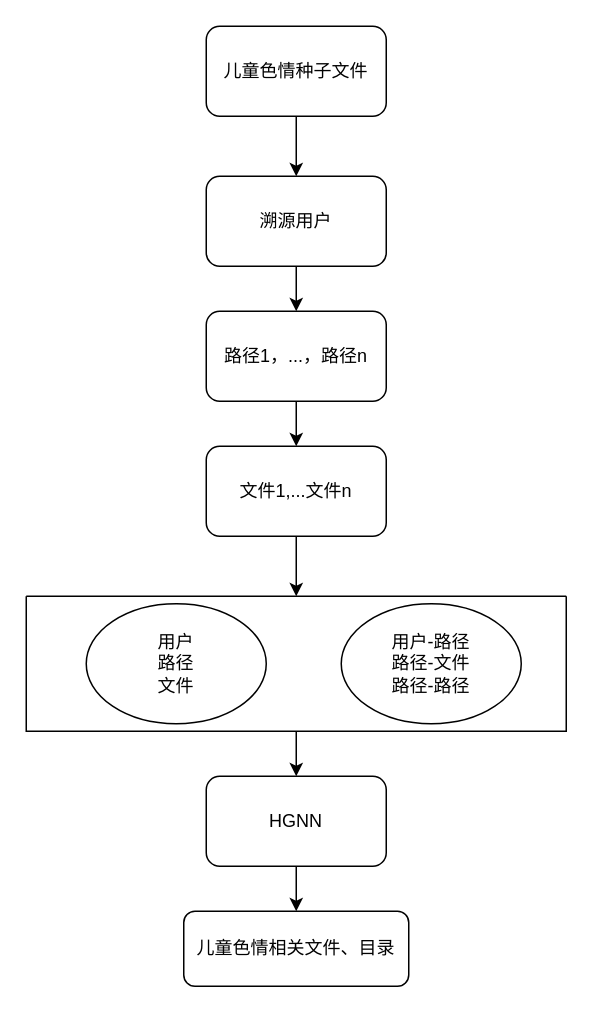
This is 儿童色情文件挖掘_Q2.drawio from hengxingtx/draw_pic, a draw.io file, before an edit. Source tidied: cells renumbered, new cells numbered last; positions are measured from the earlier drawing's top-left corner, leaving out a move shared by most shapes. Both pictures are drawn from the tidied source at 150%, with x=0, y=0 at pixel (26, 26).
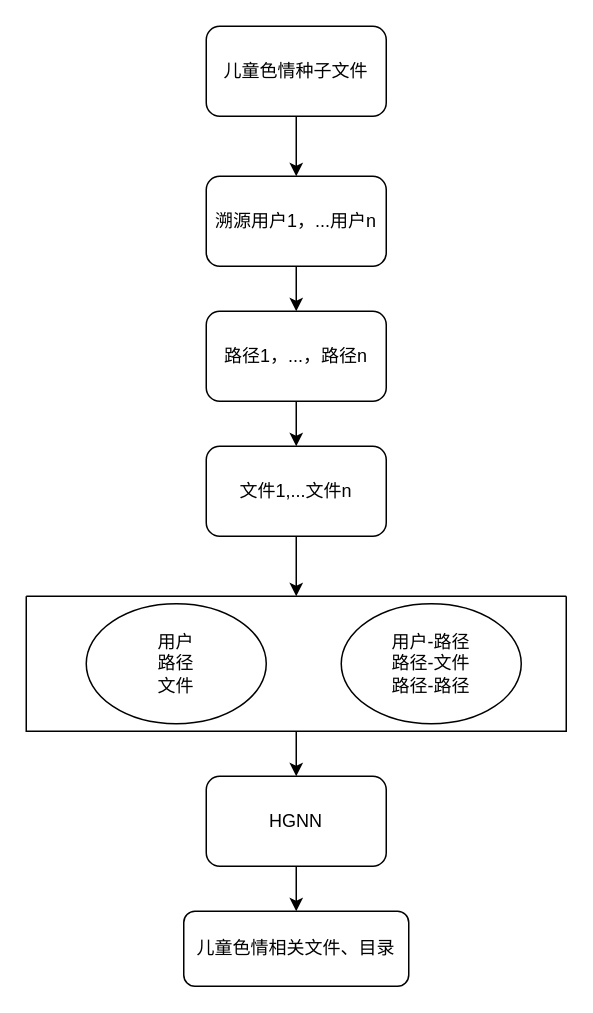
Above is the later version.

Commit message:
更新儿童色情文件挖掘_Q2.drawio

Diff of the diagram source:
```diff
@@
 <mxGraphModel>
   <root>
     <mxCell id="0" />
     <mxCell id="1" parent="0" />
     <mxCell id="2" style="edgeStyle=orthogonalEdgeStyle;rounded=0;jettySize=auto;html=1;" parent="1" edge="1" source="3" target="5">
       <mxGeometry relative="1" as="geometry" />
     </mxCell>
     <mxCell id="3" value="儿童色情种子文件" style="rounded=1;whiteSpace=wrap;html=1;" parent="1" vertex="1">
       <mxGeometry x="120" width="120" height="60" as="geometry" />
     </mxCell>
     <mxCell id="4" style="edgeStyle=orthogonalEdgeStyle;rounded=0;jettySize=auto;html=1;" parent="1" edge="1" source="5" target="9">
       <mxGeometry relative="1" as="geometry" />
     </mxCell>
-    <mxCell id="5" value="溯源用户" style="rounded=1;whiteSpace=wrap;html=1;" parent="1" vertex="1">
+    <mxCell id="5" value="溯源用户1，...用户n" style="rounded=1;whiteSpace=wrap;html=1;" parent="1" vertex="1">
       <mxGeometry x="120" y="100" width="120" height="60" as="geometry" />
     </mxCell>
     <mxCell id="6" style="edgeStyle=orthogonalEdgeStyle;rounded=0;jettySize=auto;html=1;entryX=0.5;entryY=0;entryDx=0;entryDy=0;" parent="1" edge="1" source="7" target="16">
       <mxGeometry relative="1" as="geometry" />
     </mxCell>
     <mxCell id="7" value="文件1,...文件n" style="rounded=1;whiteSpace=wrap;html=1;" parent="1" vertex="1">
       <mxGeometry x="120" y="280" width="120" height="60" as="geometry" />
     </mxCell>
     <mxCell id="8" style="edgeStyle=orthogonalEdgeStyle;rounded=0;jettySize=auto;html=1;" parent="1" edge="1" source="9" target="7">
       <mxGeometry relative="1" as="geometry" />
     </mxCell>
     <mxCell id="9" value="路径1，...，路径n" style="rounded=1;whiteSpace=wrap;html=1;" parent="1" vertex="1">
       <mxGeometry x="120" y="190" width="120" height="60" as="geometry" />
     </mxCell>
     <mxCell id="10" style="edgeStyle=orthogonalEdgeStyle;rounded=0;jettySize=auto;html=1;" parent="1" edge="1" source="11" target="12">
       <mxGeometry relative="1" as="geometry" />
     </mxCell>
     <mxCell id="11" value="HGNN" style="rounded=1;whiteSpace=wrap;html=1;" parent="1" vertex="1">
       <mxGeometry x="120" y="500" width="120" height="60" as="geometry" />
     </mxCell>
     <mxCell id="12" value="儿童色情相关文件、目录" style="rounded=1;whiteSpace=wrap;html=1;" parent="1" vertex="1">
       <mxGeometry x="105" y="590" width="150" height="50" as="geometry" />
     </mxCell>
     <mxCell id="13" style="group;" parent="1" vertex="1">
       <mxGeometry y="380" width="360" height="90" as="geometry" />
     </mxCell>
     <mxCell id="14" value="用户-路径&lt;br&gt;路径-文件&lt;br&gt;路径-路径" style="ellipse;whiteSpace=wrap;html=1;" parent="13" vertex="1">
       <mxGeometry x="210" y="5" width="120" height="80" as="geometry" />
     </mxCell>
     <mxCell id="15" value="用户&lt;br&gt;路径&lt;br&gt;文件" style="ellipse;whiteSpace=wrap;html=1;" parent="13" vertex="1">
       <mxGeometry x="40" y="5" width="120" height="80" as="geometry" />
     </mxCell>
     <mxCell id="16" style="swimlane;startSize=0;" parent="13" vertex="1">
       <mxGeometry width="360" height="90" as="geometry" />
     </mxCell>
     <mxCell id="17" style="edgeStyle=orthogonalEdgeStyle;rounded=0;jettySize=auto;html=1;" parent="1" edge="1" source="16" target="11">
       <mxGeometry relative="1" as="geometry" />
     </mxCell>
   </root>
 </mxGraphModel>
```
